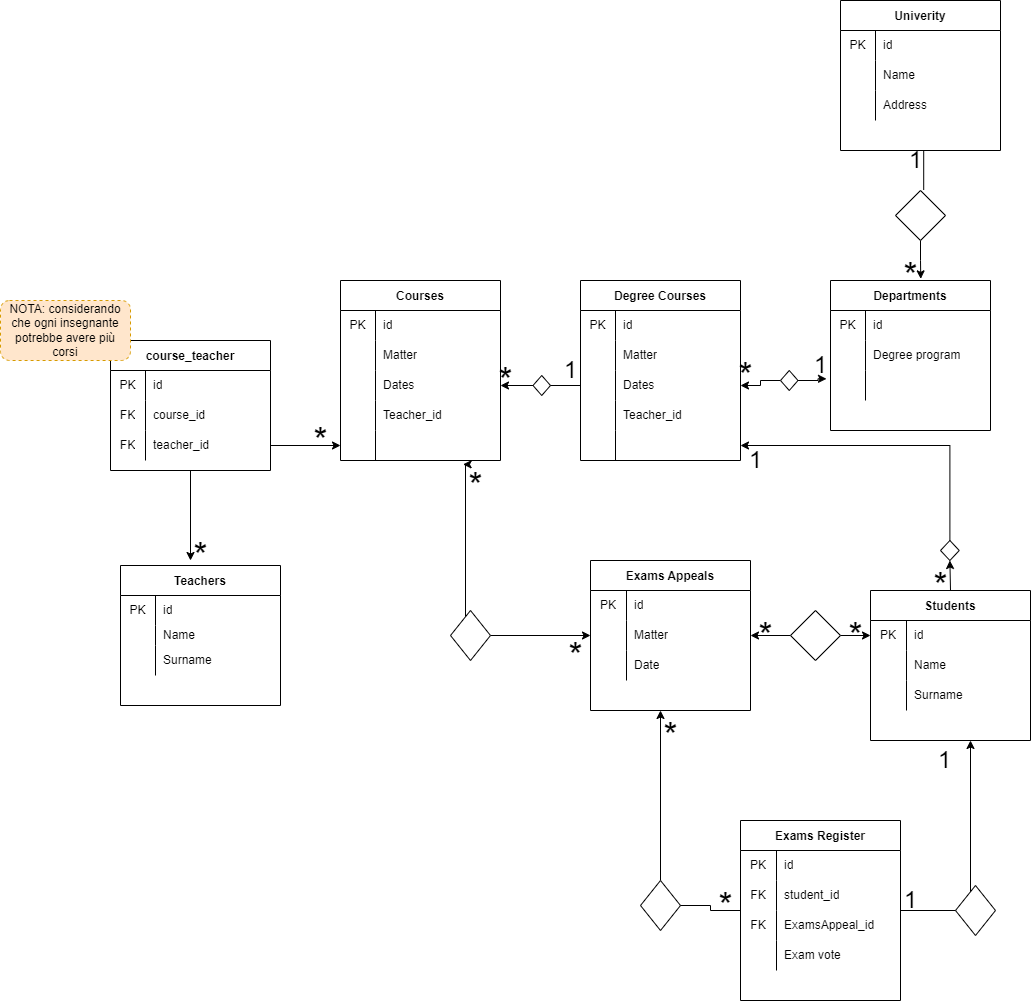
Earlier version of the draw.io export index.png (lindabettini/db-university). Source tidied: cells renumbered, new cells last; positions are measured from the earlier drawing's top-left corner, leaving out a move shared by most shapes.
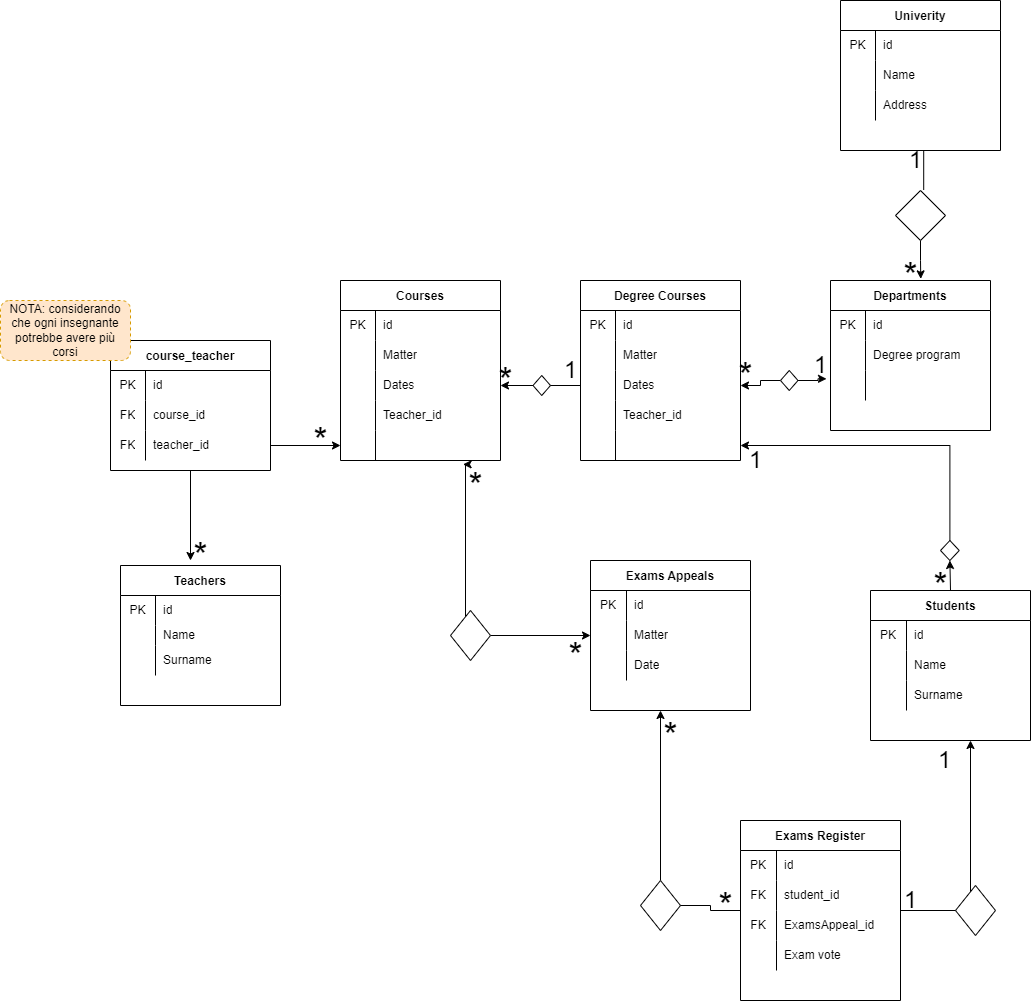
Later version of the same file.

Commit message:
change relation exams appeals/students

Diff of the diagram source:
```diff
@@ -148,15 +148,6 @@
     <mxCell id="47" value="Exam vote" style="shape=partialRectangle;html=1;whiteSpace=wrap;fillColor=none;top=0;left=0;bottom=0;right=0;align=left;spacingLeft=6;overflow=hidden;" parent="45" vertex="1">
       <mxGeometry x="36" width="124" height="30" as="geometry" />
     </mxCell>
-    <mxCell id="48" style="edgeStyle=orthogonalEdgeStyle;rounded=0;jettySize=auto;html=1;exitX=1;exitY=0.5;exitDx=0;exitDy=0;entryX=0;entryY=0.5;entryDx=0;entryDy=0;" parent="1" edge="1" source="50" target="24">
-      <mxGeometry relative="1" as="geometry" />
-    </mxCell>
-    <mxCell id="49" style="edgeStyle=orthogonalEdgeStyle;rounded=0;jettySize=auto;html=1;entryX=1;entryY=0.5;entryDx=0;entryDy=0;" parent="1" edge="1" source="50" target="55">
-      <mxGeometry relative="1" as="geometry" />
-    </mxCell>
-    <mxCell id="50" style="rhombus;whiteSpace=wrap;html=1;" parent="1" vertex="1">
-      <mxGeometry x="790" y="610" width="50" height="50" as="geometry" />
-    </mxCell>
     <mxCell id="51" value="Exams Appeals" style="shape=table;startSize=30;rowLines=0;fontStyle=1;" parent="1" vertex="1">
       <mxGeometry x="590" y="560" width="160" height="150" as="geometry" />
     </mxCell>
@@ -438,12 +429,6 @@
     <mxCell id="141" value="&lt;font style=&quot;font-size: 36px&quot;&gt;*&lt;/font&gt;" style="text;html=1;align=center;verticalAlign=middle;strokeColor=none;fillColor=none;" parent="1" vertex="1">
       <mxGeometry x="925" y="570" width="30" height="30" as="geometry" />
     </mxCell>
-    <mxCell id="142" value="&lt;font style=&quot;font-size: 36px&quot;&gt;*&lt;/font&gt;" style="text;html=1;align=center;verticalAlign=middle;strokeColor=none;fillColor=none;" parent="1" vertex="1">
-      <mxGeometry x="840" y="620" width="30" height="30" as="geometry" />
-    </mxCell>
-    <mxCell id="143" value="&lt;font style=&quot;font-size: 36px&quot;&gt;*&lt;/font&gt;" style="text;html=1;align=center;verticalAlign=middle;strokeColor=none;fillColor=none;" parent="1" vertex="1">
-      <mxGeometry x="750" y="620" width="30" height="30" as="geometry" />
-    </mxCell>
     <mxCell id="144" value="&lt;font style=&quot;font-size: 36px&quot;&gt;*&lt;/font&gt;" style="text;html=1;align=center;verticalAlign=middle;strokeColor=none;fillColor=none;" parent="1" vertex="1">
       <mxGeometry x="655" y="720" width="30" height="30" as="geometry" />
     </mxCell>
```
